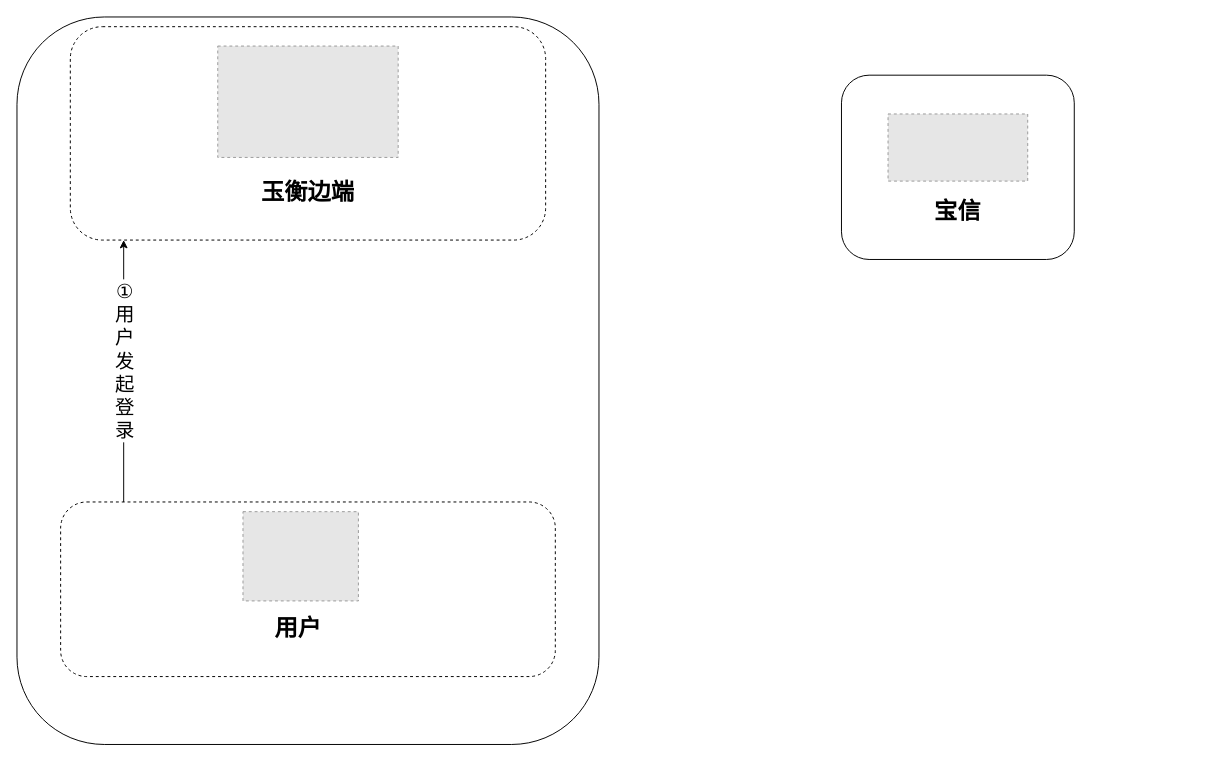
This is 玉衡边端基于OAuth2.0的SSO.drawio from huanglian666/flow-chart, a draw.io file, before an edit. Source tidied: cells renumbered, new cells numbered last; positions are measured from the earlier drawing's top-left corner, leaving out a move shared by most shapes. Both pictures are drawn from the tidied source at 97%, with x=0, y=0 at pixel (16, 16). Pictures stored in the file or linked from it are replaced by grey dashed boxes.
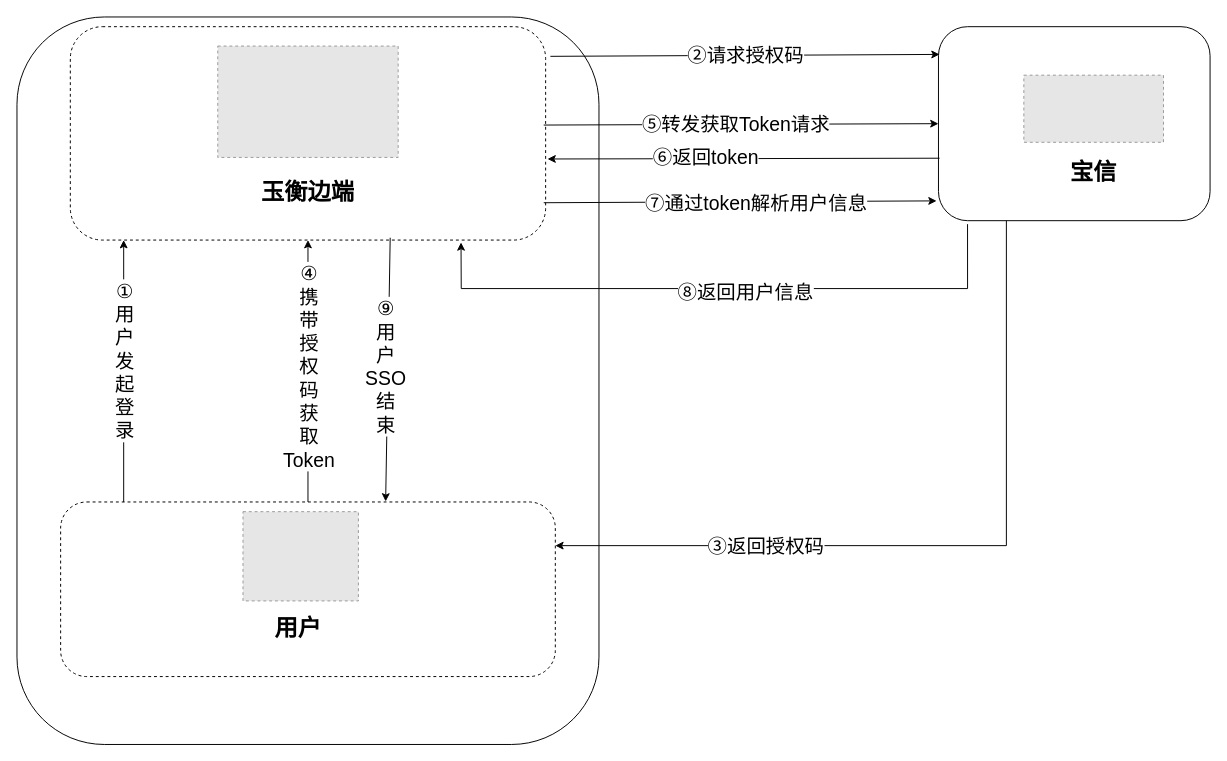
After the change.

Commit message:
更新玉衡边端基于OAuth2.0的SSO.drawio

The change refers to these unchanged cells:
```xml
<mxCell id="4" style="rounded=1;whiteSpace=wrap;html=1;dashed=1;" parent="1" vertex="1">
  <mxGeometry x="55" y="10" width="490" height="220" as="geometry" />
</mxCell>
<mxCell id="7" style="rounded=1;whiteSpace=wrap;html=1;dashed=1;" parent="1" vertex="1">
  <mxGeometry x="45" y="500" width="510" height="180" as="geometry" />
</mxCell>
```

Diff of the diagram source:
```diff
@@
     <mxCell id="2" style="rounded=1;whiteSpace=wrap;html=1;" parent="1" vertex="1">
-      <mxGeometry x="850" y="60" width="240" height="190" as="geometry" />
+      <mxGeometry x="950" y="10" width="280" height="200" as="geometry" />
     </mxCell>
@@
+    <mxCell id="14" style="edgeStyle=orthogonalEdgeStyle;rounded=0;jettySize=auto;html=1;exitX=0.5;exitY=0;exitDx=0;exitDy=0;entryX=0.5;entryY=1;entryDx=0;entryDy=0;" parent="1" edge="1" source="7" target="4">
+      <mxGeometry relative="1" as="geometry" />
+    </mxCell>
+    <mxCell id="15" value="&lt;font style=&quot;font-size: 20px;&quot;&gt;④&lt;/font&gt;&lt;div style=&quot;font-size: 20px;&quot;&gt;&lt;font style=&quot;font-size: 20px;&quot;&gt;携&lt;/font&gt;&lt;/div&gt;&lt;div style=&quot;font-size: 20px;&quot;&gt;&lt;font style=&quot;font-size: 20px;&quot;&gt;带&lt;/font&gt;&lt;/div&gt;&lt;div style=&quot;font-size: 20px;&quot;&gt;&lt;font style=&quot;font-size: 20px;&quot;&gt;授&lt;/font&gt;&lt;/div&gt;&lt;div style=&quot;font-size: 20px;&quot;&gt;&lt;font style=&quot;font-size: 20px;&quot;&gt;权&lt;/font&gt;&lt;/div&gt;&lt;div style=&quot;font-size: 20px;&quot;&gt;&lt;font style=&quot;font-size: 20px;&quot;&gt;码&lt;/font&gt;&lt;/div&gt;&lt;div style=&quot;font-size: 20px;&quot;&gt;&lt;font style=&quot;font-size: 20px;&quot;&gt;获&lt;/font&gt;&lt;/div&gt;&lt;div style=&quot;font-size: 20px;&quot;&gt;&lt;font style=&quot;font-size: 20px;&quot;&gt;取&lt;/font&gt;&lt;/div&gt;&lt;div style=&quot;font-size: 20px;&quot;&gt;&lt;font style=&quot;font-size: 20px;&quot;&gt;Token&lt;/font&gt;&lt;/div&gt;" style="edgeLabel;html=1;align=center;verticalAlign=middle;" parent="14" vertex="1">
+      <mxGeometry x="0.22" y="-2" relative="1" as="geometry">
+        <mxPoint x="-2" y="24" as="offset" />
+      </mxGeometry>
+    </mxCell>
@@
     <mxCell id="9" style="fillColor=#E6E6E6;strokeColor=#999999;dashed=1;verticalLabelPosition=bottom;labelBackgroundColor=default;verticalAlign=top;" parent="1" vertex="1">
-      <mxGeometry x="898" y="100" width="144" height="69.2" as="geometry" />
+      <mxGeometry x="1038" y="60" width="144" height="69.2" as="geometry" />
     </mxCell>
@@
     <mxCell id="13" value="&lt;h1 style=&quot;margin-top: 0px;&quot;&gt;宝信&lt;/h1&gt;" style="text;html=1;whiteSpace=wrap;overflow=hidden;rounded=0;align=center;" parent="1" vertex="1">
-      <mxGeometry x="910" y="180" width="120" height="40" as="geometry" />
+      <mxGeometry x="1050" y="140" width="120" height="40" as="geometry" />
     </mxCell>
+    <mxCell id="16" style="endArrow=classic;html=1;rounded=0;exitX=1.01;exitY=0.139;exitDx=0;exitDy=0;exitPerimeter=0;entryX=0.004;entryY=0.143;entryDx=0;entryDy=0;entryPerimeter=0;" parent="1" edge="1" source="4" target="2">
+      <mxGeometry relative="1" as="geometry" />
+    </mxCell>
+    <mxCell id="17" value="&lt;font style=&quot;font-size: 20px;&quot;&gt;②请求授权码&lt;/font&gt;" style="edgeLabel;html=1;align=center;verticalAlign=middle;" parent="16" vertex="1">
+      <mxGeometry x="-0.17" y="1" relative="1" as="geometry">
+        <mxPoint x="34" as="offset" />
+      </mxGeometry>
+    </mxCell>
+    <mxCell id="18" style="edgeStyle=orthogonalEdgeStyle;rounded=0;jettySize=auto;html=1;exitX=0.25;exitY=1;exitDx=0;exitDy=0;entryX=1;entryY=0.25;entryDx=0;entryDy=0;" parent="1" edge="1" source="2" target="7">
+      <mxGeometry relative="1" as="geometry" />
+    </mxCell>
+    <mxCell id="19" value="&lt;font style=&quot;font-size: 20px;&quot;&gt;③返回授权码&lt;/font&gt;" style="edgeLabel;html=1;align=center;verticalAlign=middle;" parent="18" vertex="1">
+      <mxGeometry x="0.46" y="-1" relative="1" as="geometry" />
+    </mxCell>
+    <mxCell id="20" style="endArrow=classic;html=1;rounded=0;exitX=0.996;exitY=0.461;exitDx=0;exitDy=0;exitPerimeter=0;entryX=0;entryY=0.5;entryDx=0;entryDy=0;" parent="1" edge="1" source="4" target="2">
+      <mxGeometry relative="1" as="geometry" />
+    </mxCell>
+    <mxCell id="21" value="&lt;font style=&quot;font-size: 20px;&quot;&gt;⑤转发获取Token请求&lt;/font&gt;" style="edgeLabel;html=1;align=center;verticalAlign=middle;" parent="20" vertex="1">
+      <mxGeometry x="0.02" y="-2" relative="1" as="geometry">
+        <mxPoint x="-11" y="-3" as="offset" />
+      </mxGeometry>
+    </mxCell>
+    <mxCell id="22" style="endArrow=classic;html=1;rounded=0;entryX=1.004;entryY=0.62;entryDx=0;entryDy=0;entryPerimeter=0;exitX=0.004;exitY=0.678;exitDx=0;exitDy=0;exitPerimeter=0;" parent="1" edge="1" source="2" target="4">
+      <mxGeometry relative="1" as="geometry" />
+    </mxCell>
+    <mxCell id="23" value="&lt;font style=&quot;font-size: 20px;&quot;&gt;⑥返回token&lt;/font&gt;" style="edgeLabel;html=1;align=center;verticalAlign=middle;" parent="22" vertex="1">
+      <mxGeometry x="0.2" y="-3" relative="1" as="geometry" />
+    </mxCell>
+    <mxCell id="24" style="endArrow=classic;html=1;rounded=0;exitX=0.996;exitY=0.825;exitDx=0;exitDy=0;exitPerimeter=0;entryX=-0.007;entryY=0.898;entryDx=0;entryDy=0;entryPerimeter=0;" parent="1" edge="1" source="4" target="2">
+      <mxGeometry relative="1" as="geometry" />
+    </mxCell>
+    <mxCell id="25" value="&lt;font style=&quot;font-size: 20px;&quot;&gt;⑦通过token解析用户信息&lt;/font&gt;" style="edgeLabel;html=1;align=center;verticalAlign=middle;" parent="24" vertex="1">
+      <mxGeometry x="-0.35" relative="1" as="geometry">
+        <mxPoint x="86" as="offset" />
+      </mxGeometry>
+    </mxCell>
+    <mxCell id="26" style="endArrow=classic;html=1;rounded=0;entryX=0.822;entryY=1.011;entryDx=0;entryDy=0;entryPerimeter=0;exitX=0.107;exitY=1.018;exitDx=0;exitDy=0;exitPerimeter=0;" parent="1" edge="1" source="2" target="4">
+      <mxGeometry relative="1" as="geometry">
+        <Array as="points">
+          <mxPoint x="980" y="280" />
+          <mxPoint x="458" y="280" />
+        </Array>
+      </mxGeometry>
+    </mxCell>
+    <mxCell id="27" value="&lt;font style=&quot;font-size: 20px;&quot;&gt;⑧返回用户信息&lt;/font&gt;" style="edgeLabel;html=1;align=center;verticalAlign=middle;" parent="26" vertex="1">
+      <mxGeometry x="0.04" y="2" relative="1" as="geometry">
+        <mxPoint x="35" as="offset" />
+      </mxGeometry>
+    </mxCell>
+    <mxCell id="28" style="endArrow=classic;html=1;rounded=0;entryX=0.657;entryY=-0.003;entryDx=0;entryDy=0;entryPerimeter=0;exitX=0.673;exitY=0.989;exitDx=0;exitDy=0;exitPerimeter=0;" parent="1" edge="1" source="4" target="7">
+      <mxGeometry relative="1" as="geometry" />
+    </mxCell>
+    <mxCell id="29" value="&lt;span style=&quot;font-size: 20px;&quot;&gt;⑨&lt;/span&gt;&lt;br&gt;&lt;div style=&quot;font-size: 20px;&quot;&gt;&lt;font style=&quot;font-size: 20px;&quot;&gt;用&lt;/font&gt;&lt;/div&gt;&lt;div style=&quot;font-size: 20px;&quot;&gt;&lt;font style=&quot;font-size: 20px;&quot;&gt;户&lt;/font&gt;&lt;/div&gt;&lt;div style=&quot;font-size: 20px;&quot;&gt;&lt;font style=&quot;font-size: 20px;&quot;&gt;SSO&lt;/font&gt;&lt;/div&gt;&lt;div style=&quot;font-size: 20px;&quot;&gt;&lt;font style=&quot;font-size: 20px;&quot;&gt;结&lt;/font&gt;&lt;/div&gt;&lt;div style=&quot;font-size: 20px;&quot;&gt;&lt;font style=&quot;font-size: 20px;&quot;&gt;束&lt;/font&gt;&lt;/div&gt;" style="edgeLabel;html=1;align=center;verticalAlign=middle;" parent="28" vertex="1">
+      <mxGeometry x="-0.48" relative="1" as="geometry">
+        <mxPoint x="-4" y="61" as="offset" />
+      </mxGeometry>
+    </mxCell>
```
